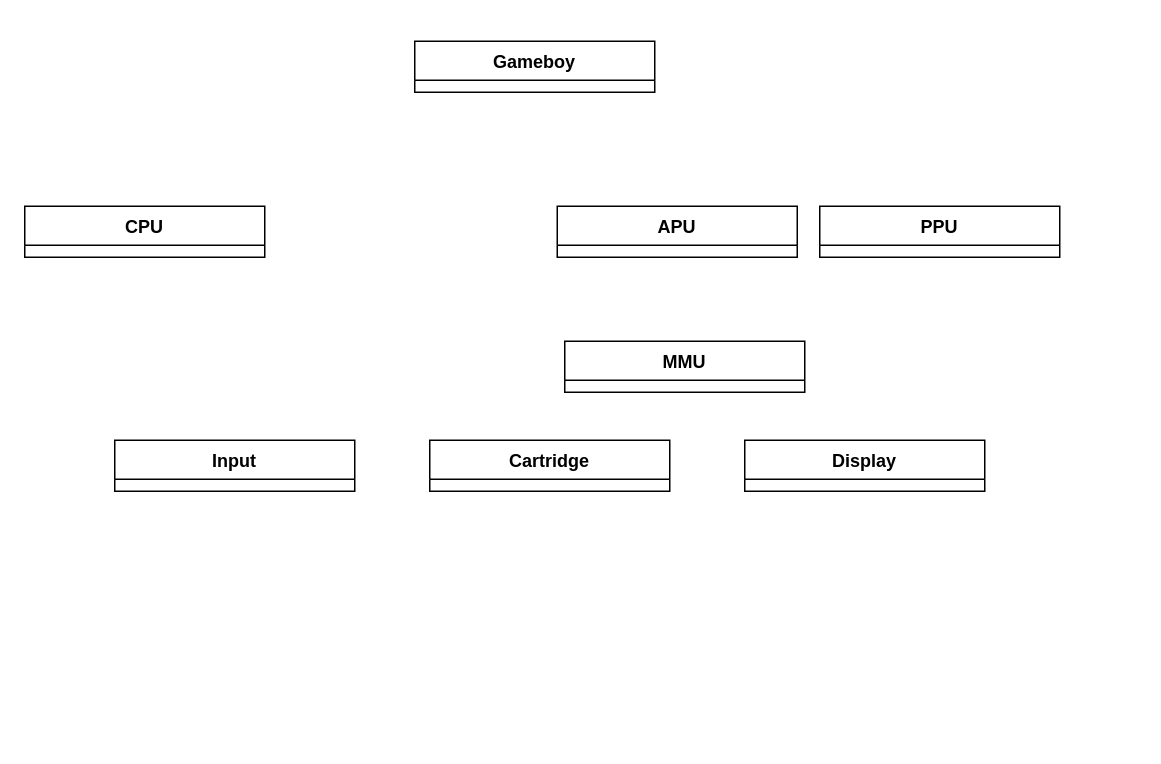
This is diagrams/GameboyCPP.drawio from TK5005/CPPGameBoy, a draw.io file, before an edit. Source tidied: cells renumbered, new cells numbered last; positions are measured from the earlier drawing's top-left corner, leaving out a move shared by most shapes. Both pictures are drawn from the tidied source at 150%, with x=0, y=0 at pixel (24, 40).
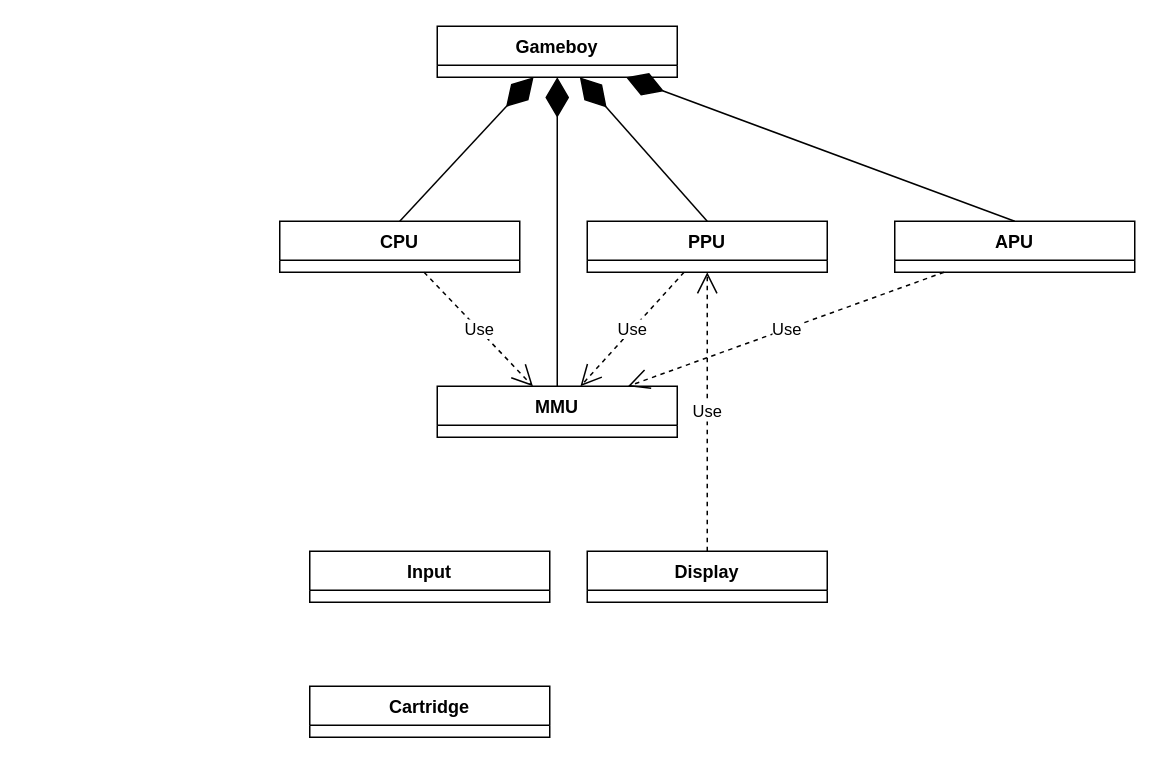
The same diagram, later.

The edit, as a diff of the source:
```diff
@@
 <mxGraphModel>
   <root>
     <mxCell id="0" />
     <mxCell id="1" parent="0" />
     <mxCell id="2" value="CPU" style="swimlane;fontStyle=1;align=center;verticalAlign=top;horizontal=1;startSize=26;" parent="1" vertex="1">
-      <mxGeometry y="110" width="160" height="34" as="geometry" />
+      <mxGeometry x="170" y="120" width="160" height="34" as="geometry" />
     </mxCell>
     <mxCell id="3" value="MMU" style="swimlane;fontStyle=1;align=center;verticalAlign=top;horizontal=1;startSize=26;" parent="1" vertex="1">
-      <mxGeometry x="360" y="200" width="160" height="34" as="geometry" />
+      <mxGeometry x="275" y="230" width="160" height="34" as="geometry" />
     </mxCell>
     <mxCell id="4" value="PPU" style="swimlane;fontStyle=1;align=center;verticalAlign=top;horizontal=1;startSize=26;" parent="1" vertex="1">
-      <mxGeometry x="530" y="110" width="160" height="34" as="geometry" />
+      <mxGeometry x="375" y="120" width="160" height="34" as="geometry" />
     </mxCell>
     <mxCell id="5" value="APU" style="swimlane;fontStyle=1;align=center;verticalAlign=top;horizontal=1;startSize=26;" parent="1" vertex="1">
-      <mxGeometry x="355" y="110" width="160" height="34" as="geometry" />
+      <mxGeometry x="580" y="120" width="160" height="34" as="geometry" />
     </mxCell>
     <mxCell id="6" value="Cartridge" style="swimlane;fontStyle=1;align=center;verticalAlign=top;horizontal=1;startSize=26;" parent="1" vertex="1">
-      <mxGeometry x="270" y="266" width="160" height="34" as="geometry" />
+      <mxGeometry x="190" y="430" width="160" height="34" as="geometry" />
     </mxCell>
     <mxCell id="7" value="Display" style="swimlane;fontStyle=1;align=center;verticalAlign=top;horizontal=1;startSize=26;" parent="1" vertex="1">
-      <mxGeometry x="480" y="266" width="160" height="34" as="geometry" />
+      <mxGeometry x="375" y="340" width="160" height="34" as="geometry" />
     </mxCell>
     <mxCell id="8" value="Input" style="swimlane;fontStyle=1;align=center;verticalAlign=top;horizontal=1;startSize=26;" parent="1" vertex="1">
-      <mxGeometry x="60" y="266" width="160" height="34" as="geometry" />
+      <mxGeometry x="190" y="340" width="160" height="34" as="geometry" />
     </mxCell>
     <mxCell id="9" value="Gameboy" style="swimlane;fontStyle=1;align=center;verticalAlign=top;horizontal=1;startSize=26;" parent="1" vertex="1">
-      <mxGeometry x="260" width="160" height="34" as="geometry" />
+      <mxGeometry x="275" y="-10" width="160" height="34" as="geometry" />
     </mxCell>
+    <mxCell id="10" style="endArrow=diamondThin;endFill=1;endSize=24;html=1;exitX=0.5;exitY=0;exitDx=0;exitDy=0;" parent="1" edge="1" source="2" target="9">
+      <mxGeometry relative="1" as="geometry" />
+    </mxCell>
+    <mxCell id="11" style="endArrow=diamondThin;endFill=1;endSize=24;html=1;exitX=0.5;exitY=0;exitDx=0;exitDy=0;" parent="1" edge="1" source="5" target="9">
+      <mxGeometry relative="1" as="geometry" />
+    </mxCell>
+    <mxCell id="12" style="endArrow=diamondThin;endFill=1;endSize=24;html=1;exitX=0.5;exitY=0;exitDx=0;exitDy=0;" parent="1" edge="1" source="4" target="9">
+      <mxGeometry relative="1" as="geometry" />
+    </mxCell>
+    <mxCell id="13" style="endArrow=diamondThin;endFill=1;endSize=24;html=1;exitX=0.5;exitY=0;exitDx=0;exitDy=0;" parent="1" edge="1" source="3" target="9">
+      <mxGeometry relative="1" as="geometry" />
+    </mxCell>
+    <mxCell id="14" value="Use" style="endArrow=open;endSize=12;dashed=1;html=1;" parent="1" edge="1" source="2" target="3">
+      <mxGeometry relative="1" as="geometry" />
+    </mxCell>
+    <mxCell id="15" value="Use" style="endArrow=open;endSize=12;dashed=1;html=1;" parent="1" edge="1" source="4" target="3">
+      <mxGeometry relative="1" as="geometry" />
+    </mxCell>
+    <mxCell id="16" value="Use" style="endArrow=open;endSize=12;dashed=1;html=1;" parent="1" edge="1" source="5" target="3">
+      <mxGeometry relative="1" as="geometry" />
+    </mxCell>
+    <mxCell id="17" value="Use" style="endArrow=open;endSize=12;dashed=1;html=1;" parent="1" edge="1" source="7" target="4">
+      <mxGeometry relative="1" as="geometry" />
+    </mxCell>
   </root>
 </mxGraphModel>
```
